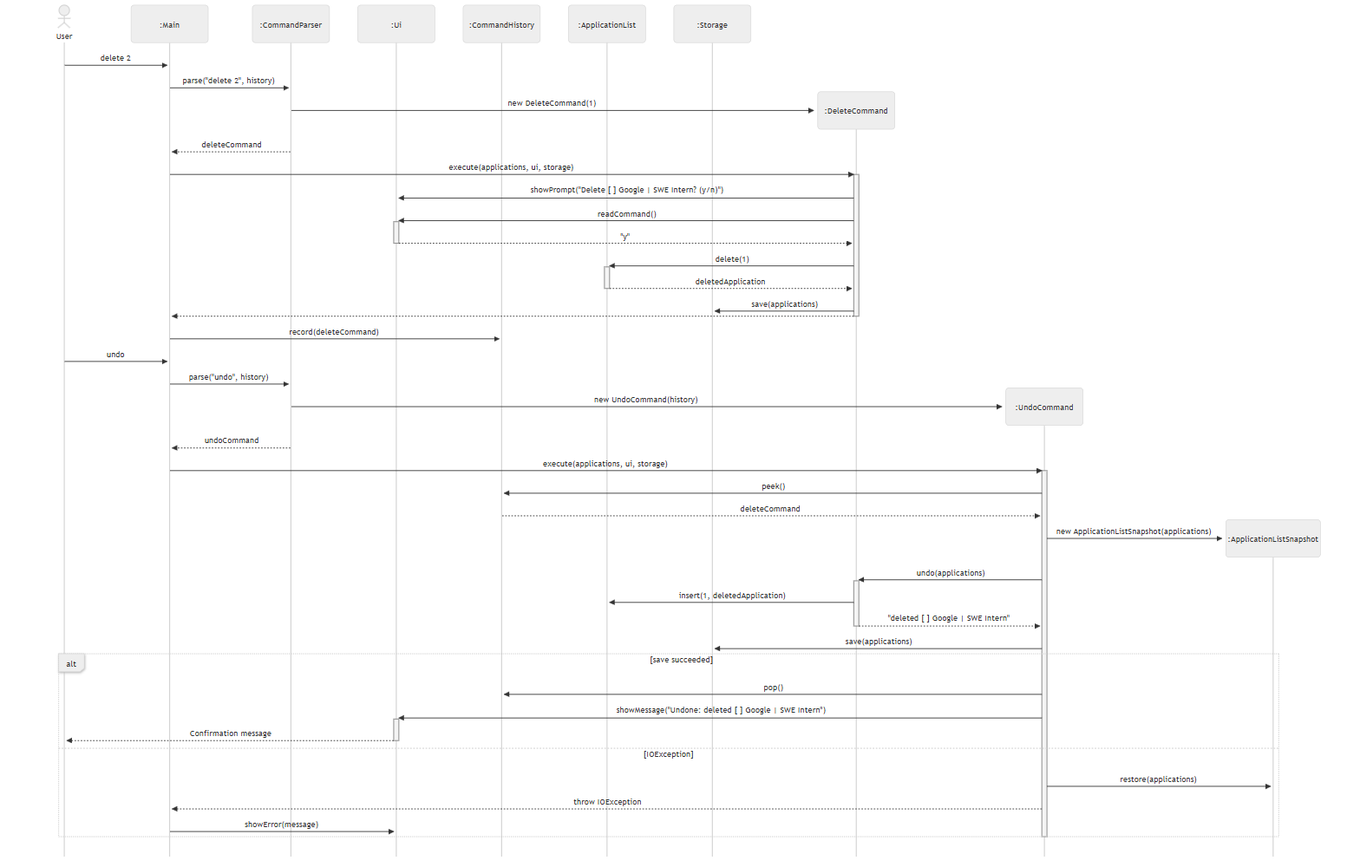
AY2627S1-CS2113-T10-2/tp keeps this Mermaid diagram as docs/diagrams/delete-confirmation-undo-sequence.png. Above is the earlier version. Its source is kept beside it as docs/diagrams/sources/delete-confirmation-undo-sequence.mmd.
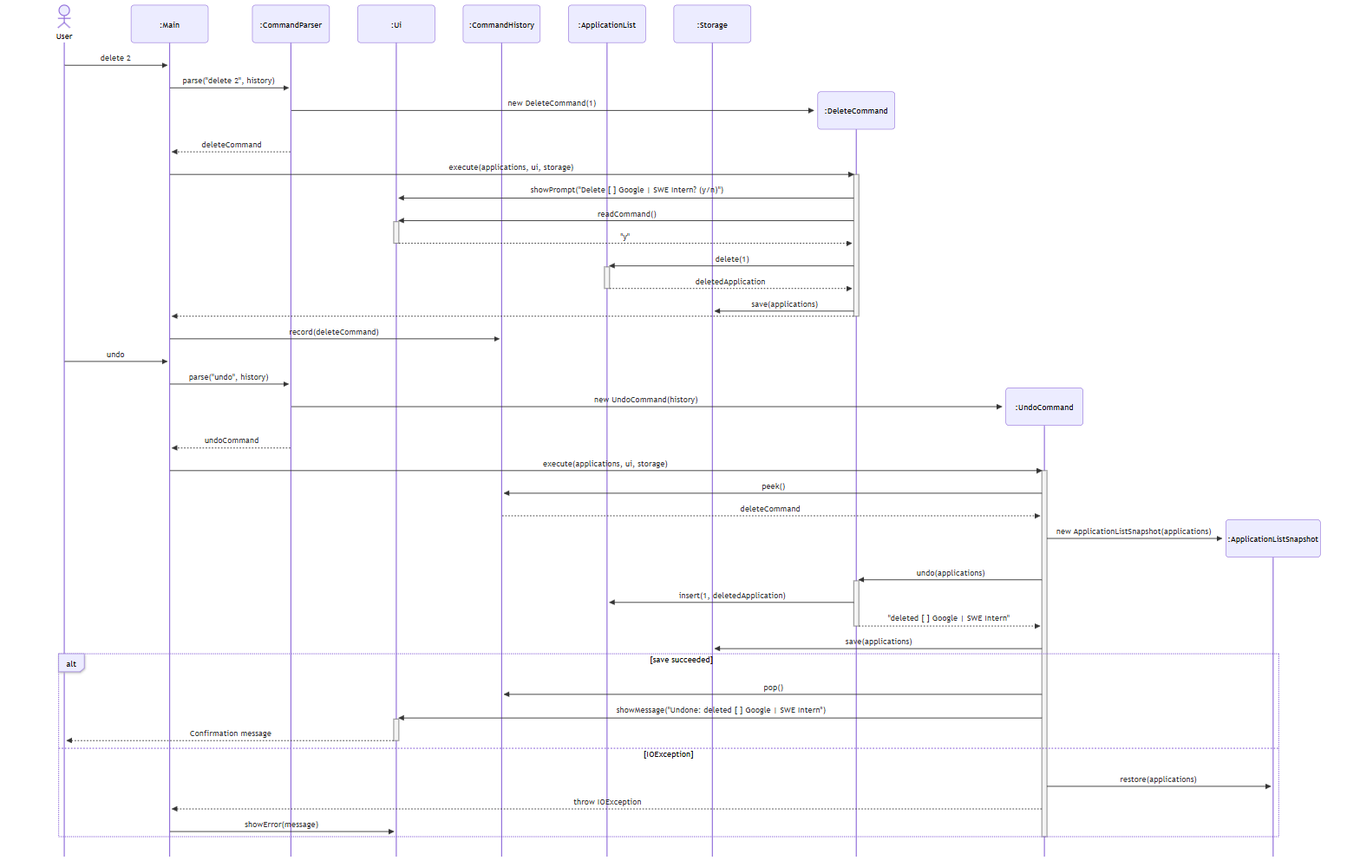
The same file after the commit.

The edit, as a diff of the source:
```diff
@@ -1,4 +1,4 @@
-%%{init: {'theme': 'neutral', 'sequence': {'mirrorActors': false, 'actorMargin': 55, 'messageMargin': 28}}}%%
+%%{init: {'theme': 'default', 'sequence': {'mirrorActors': false, 'actorMargin': 55, 'messageMargin': 28}}}%%
 sequenceDiagram
     actor user as User
     participant main as :Main
```
